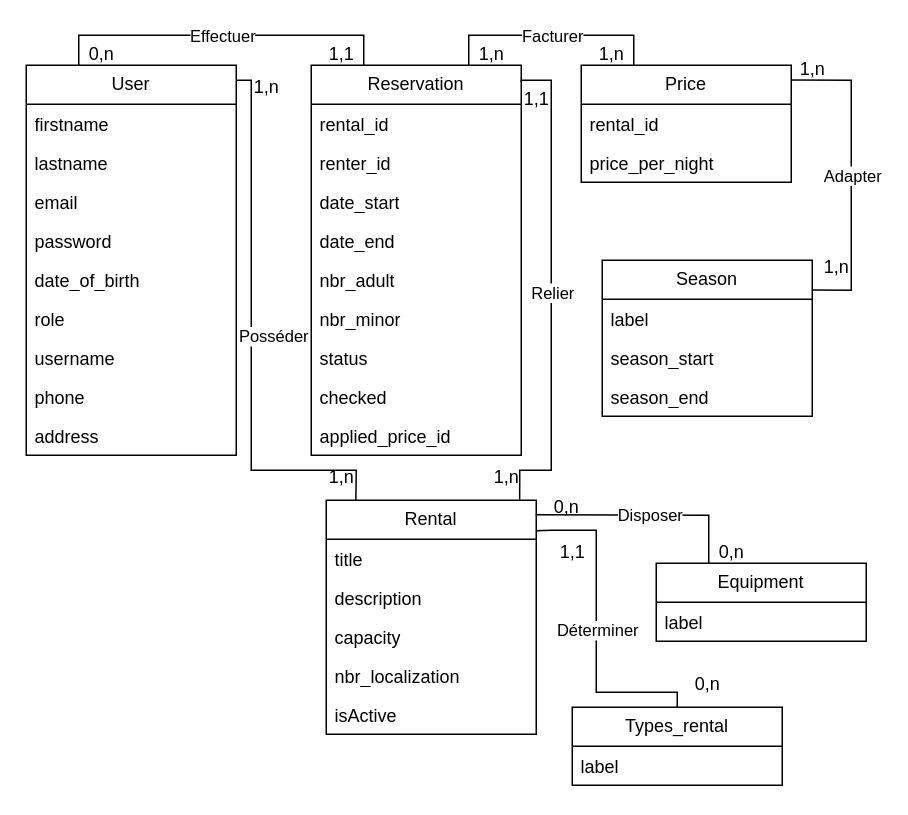
The draw.io diagram 01_Conception/MCD/MCD.drawio in TomGld/TP_JS_O_API_Camping, before the edit. Source tidied: cells renumbered, new cells numbered last; positions are measured from the earlier drawing's top-left corner, leaving out a move shared by most shapes. Both pictures are drawn from the tidied source at 150%, with x=0, y=0 at pixel (26, 32).
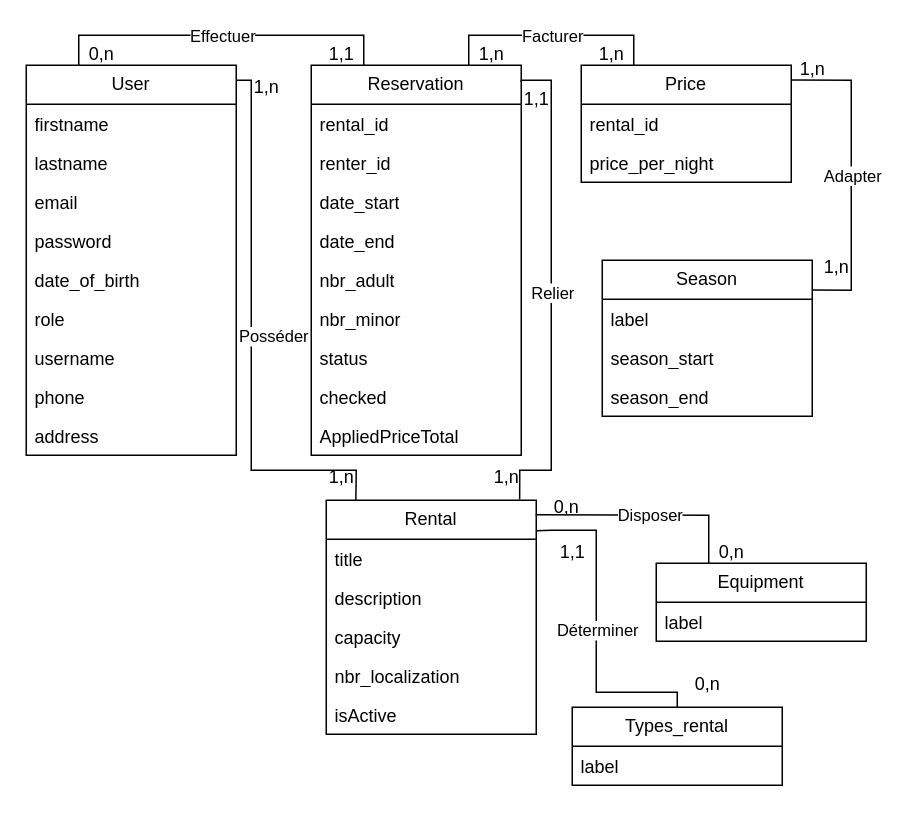
After the change.

The change refers to these unchanged cells:
```xml
<mxCell id="23" value="&lt;span style=&quot;text-align: left;&quot;&gt;Reservation&lt;/span&gt;" style="swimlane;fontStyle=0;horizontal=1;startSize=26;fillColor=none;whiteSpace=wrap;html=1;" parent="1" vertex="1">
  <mxGeometry x="190" y="22" width="140" height="260" as="geometry" />
</mxCell>
```

Diff of the diagram source:
```diff
@@
-    <mxCell id="32" value="applied_price_id" style="text;strokeColor=none;fillColor=none;align=left;verticalAlign=top;spacingLeft=4;spacingRight=4;overflow=hidden;whiteSpace=wrap;html=1;" parent="23" vertex="1">
+    <mxCell id="32" value="AppliedPriceTotal" style="text;strokeColor=none;fillColor=none;align=left;verticalAlign=top;spacingLeft=4;spacingRight=4;overflow=hidden;whiteSpace=wrap;html=1;" parent="23" vertex="1">
       <mxGeometry y="234" width="140" height="26" as="geometry" />
     </mxCell>
```
